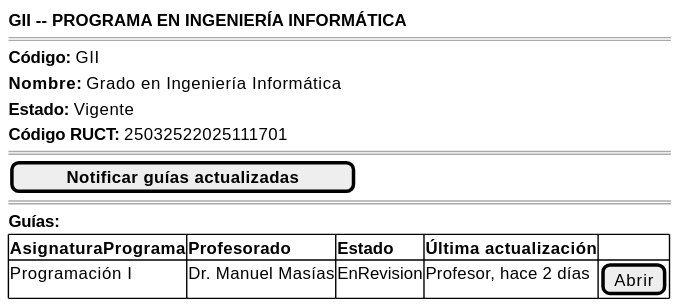
Earlier version of the PlantUML export images/RUP/01-requisitos/03-detalle-casos-uso/abrirPrograma/wireframe-porDirectorPrograma.svg (mmasias/pyCeldaPublico).
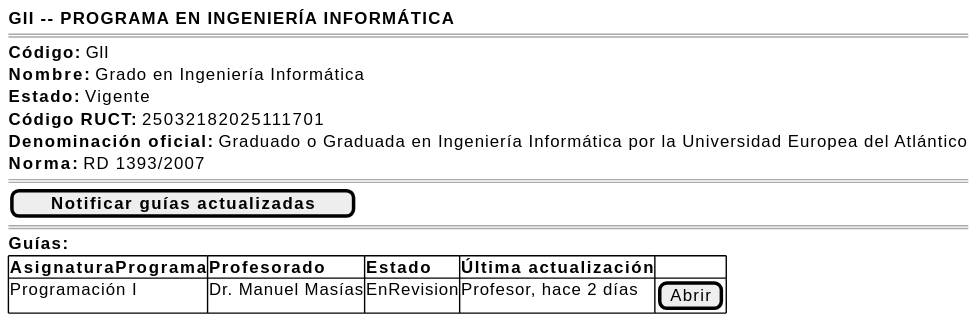
After the change.

The edit, as a diff of the source:
```diff
@@ -5,7 +5,9 @@
     <b>Código:</b> GII
     <b>Nombre:</b> Grado en Ingeniería Informática
     <b>Estado:</b> Vigente
-    <b>Código RUCT:</b> 25032522025111701
+    <b>Código RUCT:</b> 25032182025111701
+    <b>Denominación oficial:</b> Graduado o Graduada en Ingeniería Informática por la Universidad Europea del Atlántico
+    <b>Norma:</b> RD 1393/2007
     ====
     [ <b>Notificar guías actualizadas</b> ]
     ====
```
